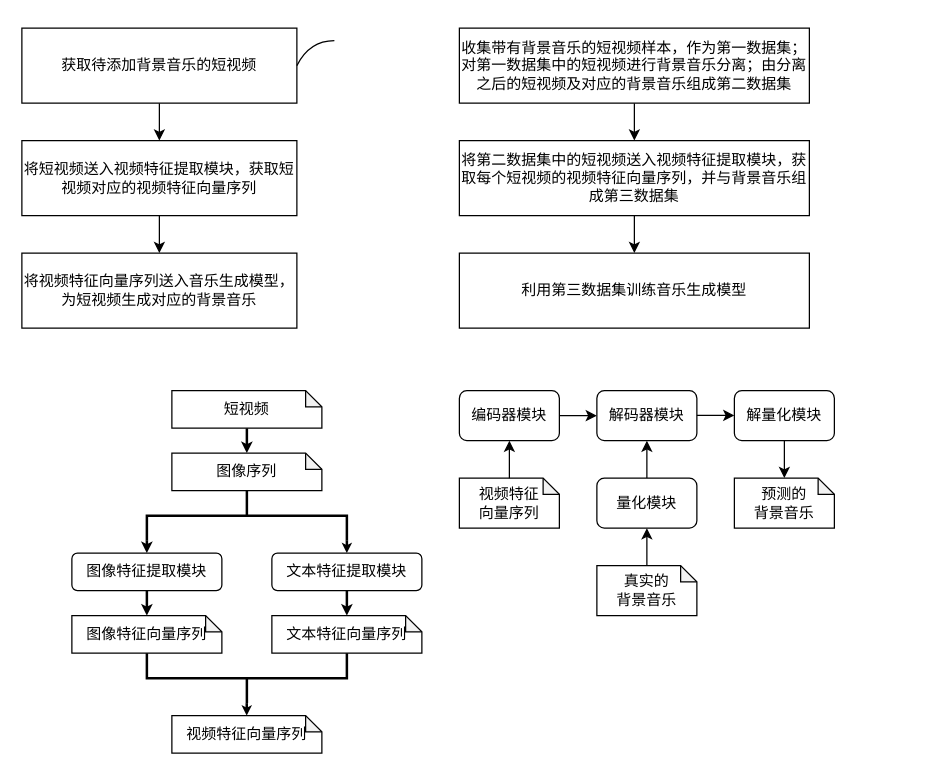
Above: 未命名绘图.drawio in Nian-Chen/drawio (draw.io), before the change. Source tidied: cells renumbered, new cells numbered last; positions are measured from the earlier drawing's top-left corner, leaving out a move shared by most shapes. Both pictures are drawn from the tidied source at 125%, with x=0, y=0 at pixel (21, 28).
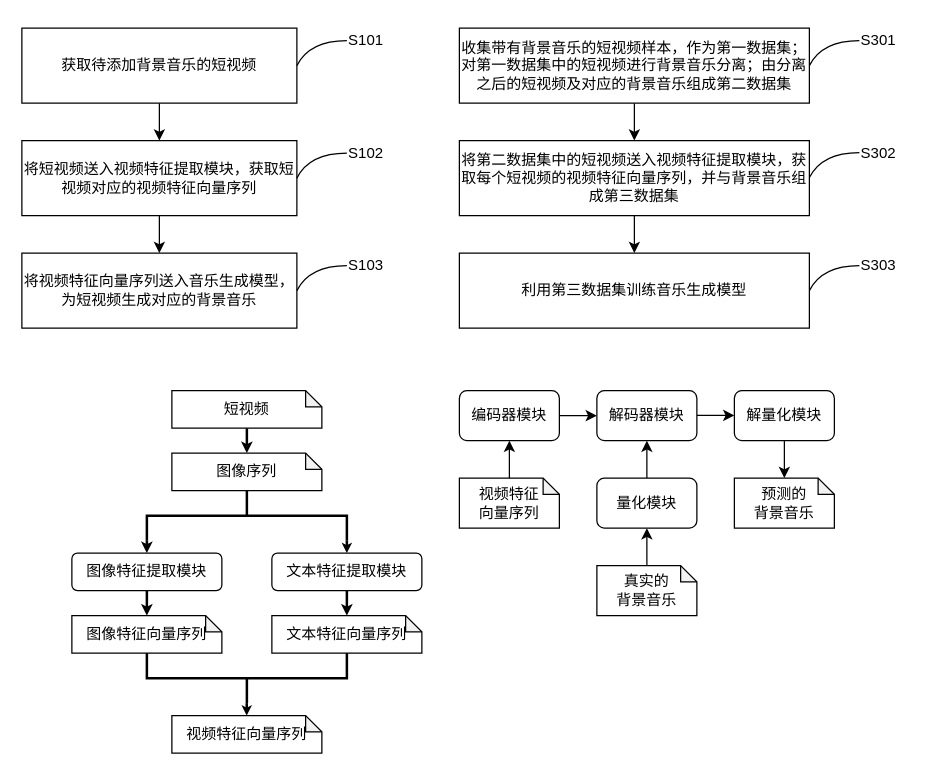
The same diagram, later.

Commit message:
更新未命名绘图.drawio

The edit, as a diff of the source:
```diff
@@
     <mxCell id="40" style="endArrow=none;html=1;curved=1;" parent="1" edge="1">
       <mxGeometry relative="1" as="geometry">
         <mxPoint x="220" y="30" as="sourcePoint" />
-        <mxPoint x="250" y="10" as="targetPoint" />
+        <mxPoint x="260" y="10" as="targetPoint" />
         <Array as="points">
           <mxPoint x="230" y="10" />
         </Array>
       </mxGeometry>
     </mxCell>
+    <mxCell id="41" value="S101" style="text;html=1;align=center;verticalAlign=middle;strokeColor=none;fillColor=none;" parent="1" vertex="1">
+      <mxGeometry x="250" y="-5" width="50" height="30" as="geometry" />
+    </mxCell>
+    <mxCell id="42" style="endArrow=none;html=1;curved=1;" parent="1" edge="1">
+      <mxGeometry relative="1" as="geometry">
+        <mxPoint x="220" y="120" as="sourcePoint" />
+        <mxPoint x="260" y="100" as="targetPoint" />
+        <Array as="points">
+          <mxPoint x="230" y="100" />
+        </Array>
+      </mxGeometry>
+    </mxCell>
+    <mxCell id="43" value="S102" style="text;html=1;align=center;verticalAlign=middle;strokeColor=none;fillColor=none;" parent="1" vertex="1">
+      <mxGeometry x="250" y="85" width="50" height="30" as="geometry" />
+    </mxCell>
+    <mxCell id="44" style="endArrow=none;html=1;curved=1;" parent="1" edge="1">
+      <mxGeometry relative="1" as="geometry">
+        <mxPoint x="220" y="210" as="sourcePoint" />
+        <mxPoint x="260" y="190" as="targetPoint" />
+        <Array as="points">
+          <mxPoint x="230" y="190" />
+        </Array>
+      </mxGeometry>
+    </mxCell>
+    <mxCell id="45" value="S103" style="text;html=1;align=center;verticalAlign=middle;strokeColor=none;fillColor=none;" parent="1" vertex="1">
+      <mxGeometry x="250" y="175" width="50" height="30" as="geometry" />
+    </mxCell>
+    <mxCell id="46" style="endArrow=none;html=1;curved=1;" parent="1" edge="1">
+      <mxGeometry relative="1" as="geometry">
+        <mxPoint x="630" y="30" as="sourcePoint" />
+        <mxPoint x="670" y="10" as="targetPoint" />
+        <Array as="points">
+          <mxPoint x="640" y="10" />
+        </Array>
+      </mxGeometry>
+    </mxCell>
+    <mxCell id="47" value="S301" style="text;html=1;align=center;verticalAlign=middle;strokeColor=none;fillColor=none;" parent="1" vertex="1">
+      <mxGeometry x="660" y="-5" width="50" height="30" as="geometry" />
+    </mxCell>
+    <mxCell id="48" style="endArrow=none;html=1;curved=1;" parent="1" edge="1">
+      <mxGeometry relative="1" as="geometry">
+        <mxPoint x="630" y="119.5" as="sourcePoint" />
+        <mxPoint x="670" y="99.5" as="targetPoint" />
+        <Array as="points">
+          <mxPoint x="640" y="99.5" />
+        </Array>
+      </mxGeometry>
+    </mxCell>
+    <mxCell id="49" value="S302" style="text;html=1;align=center;verticalAlign=middle;strokeColor=none;fillColor=none;" parent="1" vertex="1">
+      <mxGeometry x="660" y="84.5" width="50" height="30" as="geometry" />
+    </mxCell>
+    <mxCell id="50" style="endArrow=none;html=1;curved=1;" parent="1" edge="1">
+      <mxGeometry relative="1" as="geometry">
+        <mxPoint x="630" y="210" as="sourcePoint" />
+        <mxPoint x="670" y="190" as="targetPoint" />
+        <Array as="points">
+          <mxPoint x="640" y="190" />
+        </Array>
+      </mxGeometry>
+    </mxCell>
+    <mxCell id="51" value="S303" style="text;html=1;align=center;verticalAlign=middle;strokeColor=none;fillColor=none;" parent="1" vertex="1">
+      <mxGeometry x="660" y="175" width="50" height="30" as="geometry" />
+    </mxCell>
```
